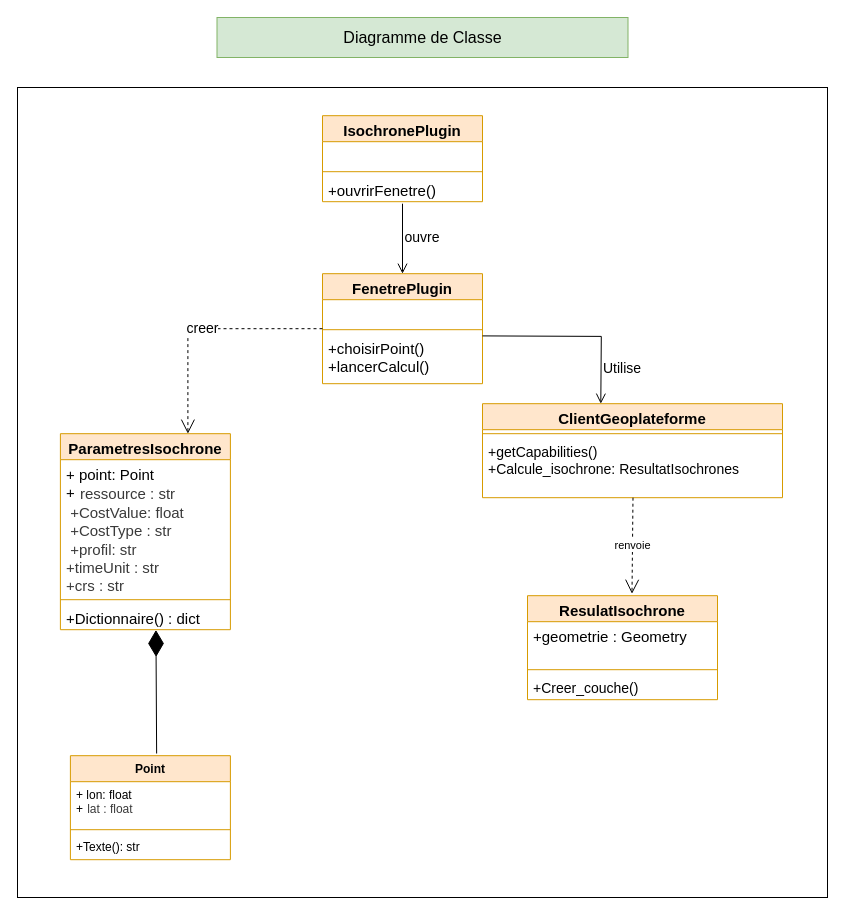
The draw.io diagram Diagramme de classe.drawio in Akatebra/Poo_Projet_Atac, before the edit. Source tidied: cells renumbered, new cells numbered last; positions are measured from the earlier drawing's top-left corner, leaving out a move shared by most shapes. Both pictures are drawn from the tidied source at 100%, with x=0, y=0 at pixel (17, 17).
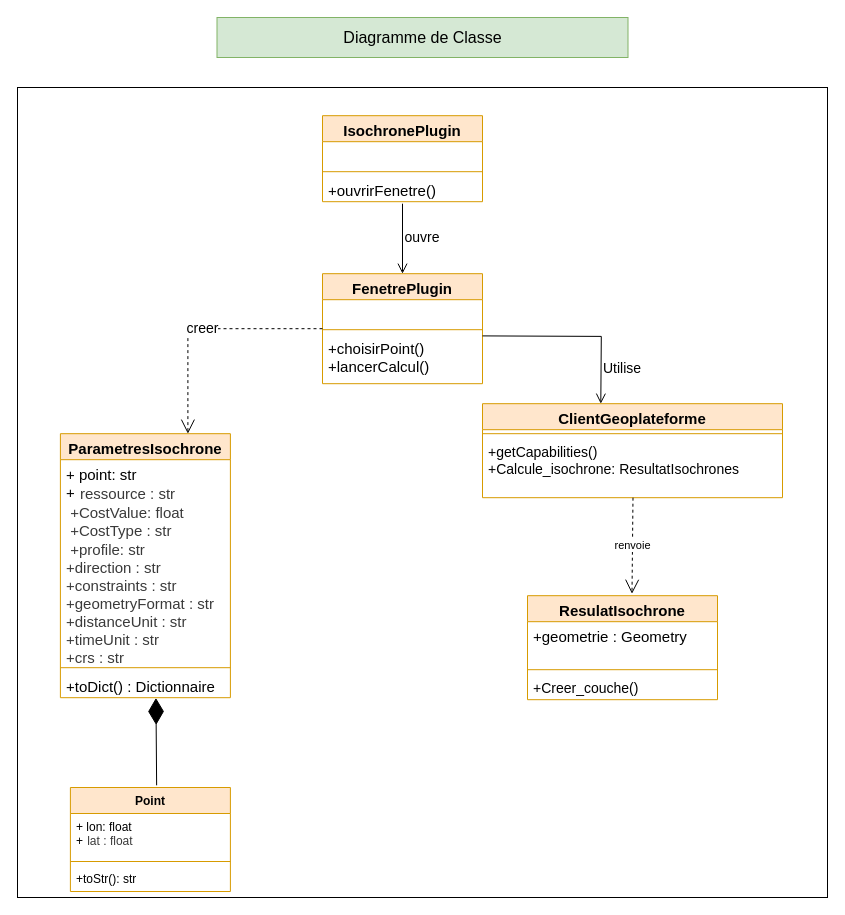
Above is the later version.

What changed in the source:
```diff
@@
     <mxCell id="15" value="&lt;font style=&quot;font-size: 15px;&quot;&gt;ParametresIsochrone&lt;/font&gt;" style="swimlane;fontStyle=1;align=center;verticalAlign=top;horizontal=1;startSize=26;whiteSpace=wrap;html=1;fillColor=#ffe6cc;strokeColor=#d79b00;" parent="1" vertex="1">
-      <mxGeometry x="42.9" y="416.2" width="170" height="196" as="geometry" />
+      <mxGeometry x="42.9" y="416.2" width="170" height="264" as="geometry" />
     </mxCell>
-    <mxCell id="16" value="&lt;font style=&quot;font-size: 15px;&quot;&gt;+ point: Point&lt;/font&gt;&lt;div&gt;&lt;font style=&quot;font-size: 15px;&quot;&gt;+&lt;span style=&quot;box-sizing: inherit; color: rgb(58, 58, 58); background-color: rgb(255, 255, 255);&quot;&gt;&lt;code style=&quot;box-sizing: inherit; overflow-wrap: break-word; border-radius: 0.25rem; padding: 0.1em 0.35em;&quot;&gt;&lt;font face=&quot;Helvetica&quot;&gt;ressource : str&lt;/font&gt;&lt;/code&gt;&lt;/span&gt;&lt;/font&gt;&lt;/div&gt;&lt;div&gt;&lt;span style=&quot;box-sizing: inherit; color: rgb(58, 58, 58); background-color: rgb(255, 255, 255);&quot;&gt;&lt;code style=&quot;box-sizing: inherit; overflow-wrap: break-word; border-radius: 0.25rem; padding: 0.1em 0.35em;&quot;&gt;&lt;font face=&quot;Helvetica&quot; style=&quot;font-size: 15px;&quot;&gt;+CostValue: float&lt;/font&gt;&lt;/code&gt;&lt;/span&gt;&lt;/div&gt;&lt;div&gt;&lt;span style=&quot;box-sizing: inherit; color: rgb(58, 58, 58); background-color: rgb(255, 255, 255);&quot;&gt;&lt;code style=&quot;box-sizing: inherit; overflow-wrap: break-word; border-radius: 0.25rem; padding: 0.1em 0.35em;&quot;&gt;&lt;font face=&quot;Helvetica&quot; style=&quot;font-size: 15px;&quot;&gt;+CostType : str&lt;/font&gt;&lt;/code&gt;&lt;/span&gt;&lt;/div&gt;&lt;div&gt;&lt;span style=&quot;box-sizing: inherit; color: rgb(58, 58, 58); background-color: rgb(255, 255, 255);&quot;&gt;&lt;code style=&quot;box-sizing: inherit; overflow-wrap: break-word; border-radius: 0.25rem; padding: 0.1em 0.35em;&quot;&gt;&lt;font face=&quot;Helvetica&quot; style=&quot;font-size: 15px;&quot;&gt;+profil: str&lt;/font&gt;&lt;/code&gt;&lt;/span&gt;&lt;/div&gt;&lt;div&gt;&lt;font color=&quot;#3a3a3a&quot; style=&quot;font-size: 15px;&quot;&gt;&lt;span style=&quot;background-color: rgb(255, 255, 255);&quot;&gt;+timeUnit : str&lt;/span&gt;&lt;/font&gt;&lt;/div&gt;&lt;div&gt;&lt;font color=&quot;#3a3a3a&quot; style=&quot;font-size: 15px;&quot;&gt;&lt;span style=&quot;background-color: rgb(255, 255, 255);&quot;&gt;+crs : str&lt;/span&gt;&lt;/font&gt;&lt;/div&gt;" style="text;strokeColor=none;fillColor=none;align=left;verticalAlign=top;spacingLeft=4;spacingRight=4;overflow=hidden;whiteSpace=wrap;html=1;" parent="15" vertex="1">
-      <mxGeometry y="26" width="170" height="136" as="geometry" />
+    <mxCell id="16" value="&lt;font style=&quot;font-size: 15px;&quot;&gt;+ point: str&lt;/font&gt;&lt;div&gt;&lt;font style=&quot;font-size: 15px;&quot;&gt;+&lt;span style=&quot;box-sizing: inherit; color: rgb(58, 58, 58); background-color: rgb(255, 255, 255);&quot;&gt;&lt;code style=&quot;box-sizing: inherit; overflow-wrap: break-word; border-radius: 0.25rem; padding: 0.1em 0.35em;&quot;&gt;&lt;font face=&quot;Helvetica&quot;&gt;ressource : str&lt;/font&gt;&lt;/code&gt;&lt;/span&gt;&lt;/font&gt;&lt;/div&gt;&lt;div&gt;&lt;span style=&quot;box-sizing: inherit; color: rgb(58, 58, 58); background-color: rgb(255, 255, 255);&quot;&gt;&lt;code style=&quot;box-sizing: inherit; overflow-wrap: break-word; border-radius: 0.25rem; padding: 0.1em 0.35em;&quot;&gt;&lt;font face=&quot;Helvetica&quot; style=&quot;font-size: 15px;&quot;&gt;+CostValue: float&lt;/font&gt;&lt;/code&gt;&lt;/span&gt;&lt;/div&gt;&lt;div&gt;&lt;span style=&quot;box-sizing: inherit; color: rgb(58, 58, 58); background-color: rgb(255, 255, 255);&quot;&gt;&lt;code style=&quot;box-sizing: inherit; overflow-wrap: break-word; border-radius: 0.25rem; padding: 0.1em 0.35em;&quot;&gt;&lt;font face=&quot;Helvetica&quot; style=&quot;font-size: 15px;&quot;&gt;+CostType : str&lt;/font&gt;&lt;/code&gt;&lt;/span&gt;&lt;/div&gt;&lt;div&gt;&lt;span style=&quot;box-sizing: inherit; color: rgb(58, 58, 58); background-color: rgb(255, 255, 255);&quot;&gt;&lt;code style=&quot;box-sizing: inherit; overflow-wrap: break-word; border-radius: 0.25rem; padding: 0.1em 0.35em;&quot;&gt;&lt;font face=&quot;Helvetica&quot; style=&quot;font-size: 15px;&quot;&gt;+profile: str&lt;/font&gt;&lt;/code&gt;&lt;/span&gt;&lt;/div&gt;&lt;div&gt;&lt;font color=&quot;#3a3a3a&quot;&gt;&lt;span style=&quot;font-size: 15px; background-color: rgb(255, 255, 255);&quot;&gt;+direction : str&lt;/span&gt;&lt;/font&gt;&lt;/div&gt;&lt;div&gt;&lt;font color=&quot;#3a3a3a&quot;&gt;&lt;span style=&quot;font-size: 15px; background-color: rgb(255, 255, 255);&quot;&gt;+constraints : str&lt;/span&gt;&lt;/font&gt;&lt;/div&gt;&lt;div&gt;&lt;font color=&quot;#3a3a3a&quot;&gt;&lt;span style=&quot;font-size: 15px; background-color: rgb(255, 255, 255);&quot;&gt;+geometryFormat : str&lt;/span&gt;&lt;/font&gt;&lt;/div&gt;&lt;div&gt;&lt;font color=&quot;#3a3a3a&quot;&gt;&lt;span style=&quot;font-size: 15px; background-color: rgb(255, 255, 255);&quot;&gt;+distanceUnit : str&lt;/span&gt;&lt;/font&gt;&lt;/div&gt;&lt;div&gt;&lt;font color=&quot;#3a3a3a&quot; style=&quot;font-size: 15px;&quot;&gt;&lt;span style=&quot;background-color: rgb(255, 255, 255);&quot;&gt;+timeUnit : str&lt;/span&gt;&lt;/font&gt;&lt;/div&gt;&lt;div&gt;&lt;font color=&quot;#3a3a3a&quot; style=&quot;font-size: 15px;&quot;&gt;&lt;span style=&quot;background-color: rgb(255, 255, 255);&quot;&gt;+crs : str&lt;/span&gt;&lt;/font&gt;&lt;/div&gt;" style="text;strokeColor=none;fillColor=none;align=left;verticalAlign=top;spacingLeft=4;spacingRight=4;overflow=hidden;whiteSpace=wrap;html=1;" parent="15" vertex="1">
+      <mxGeometry y="26" width="170" height="204" as="geometry" />
     </mxCell>
     <mxCell id="17" style="line;strokeWidth=1;fillColor=none;align=left;verticalAlign=middle;spacingTop=-1;spacingLeft=3;spacingRight=3;labelPosition=right;strokeColor=inherit;labelPerimeter=1;" parent="15" vertex="1">
-      <mxGeometry y="162" width="170" height="8" as="geometry" />
+      <mxGeometry y="230" width="170" height="8" as="geometry" />
     </mxCell>
-    <mxCell id="18" value="&lt;font style=&quot;font-size: 15px;&quot;&gt;+Dictionnaire() : dict&lt;/font&gt;" style="text;strokeColor=none;fillColor=none;align=left;verticalAlign=top;spacingLeft=4;spacingRight=4;overflow=hidden;points=[[0,0.5],[1,0.5]];portConstraint=eastwest;whiteSpace=wrap;html=1;" parent="15" vertex="1">
-      <mxGeometry y="170" width="170" height="26" as="geometry" />
+    <mxCell id="18" value="&lt;font style=&quot;font-size: 15px;&quot;&gt;+toDict() :&amp;nbsp;&lt;/font&gt;&lt;span style=&quot;font-size: 15px;&quot;&gt;Dictionnaire&lt;/span&gt;" style="text;strokeColor=none;fillColor=none;align=left;verticalAlign=top;spacingLeft=4;spacingRight=4;overflow=hidden;points=[[0,0.5],[1,0.5]];portConstraint=eastwest;whiteSpace=wrap;html=1;" parent="15" vertex="1">
+      <mxGeometry y="238" width="170" height="26" as="geometry" />
     </mxCell>
     <mxCell id="19" value="Point" style="swimlane;fontStyle=1;align=center;verticalAlign=top;horizontal=1;startSize=26;whiteSpace=wrap;html=1;fillColor=#ffe6cc;strokeColor=#d79b00;" parent="1" vertex="1">
-      <mxGeometry x="52.9" y="738.2" width="160" height="104" as="geometry" />
+      <mxGeometry x="52.9" y="770" width="160" height="104" as="geometry" />
     </mxCell>
@@
-    <mxCell id="22" value="+Texte(): str" style="text;strokeColor=none;fillColor=none;align=left;verticalAlign=top;spacingLeft=4;spacingRight=4;overflow=hidden;whiteSpace=wrap;html=1;" parent="19" vertex="1">
+    <mxCell id="22" value="+toStr(): str" style="text;strokeColor=none;fillColor=none;align=left;verticalAlign=top;spacingLeft=4;spacingRight=4;overflow=hidden;whiteSpace=wrap;html=1;" parent="19" vertex="1">
       <mxGeometry y="78" width="160" height="26" as="geometry" />
     </mxCell>
```
